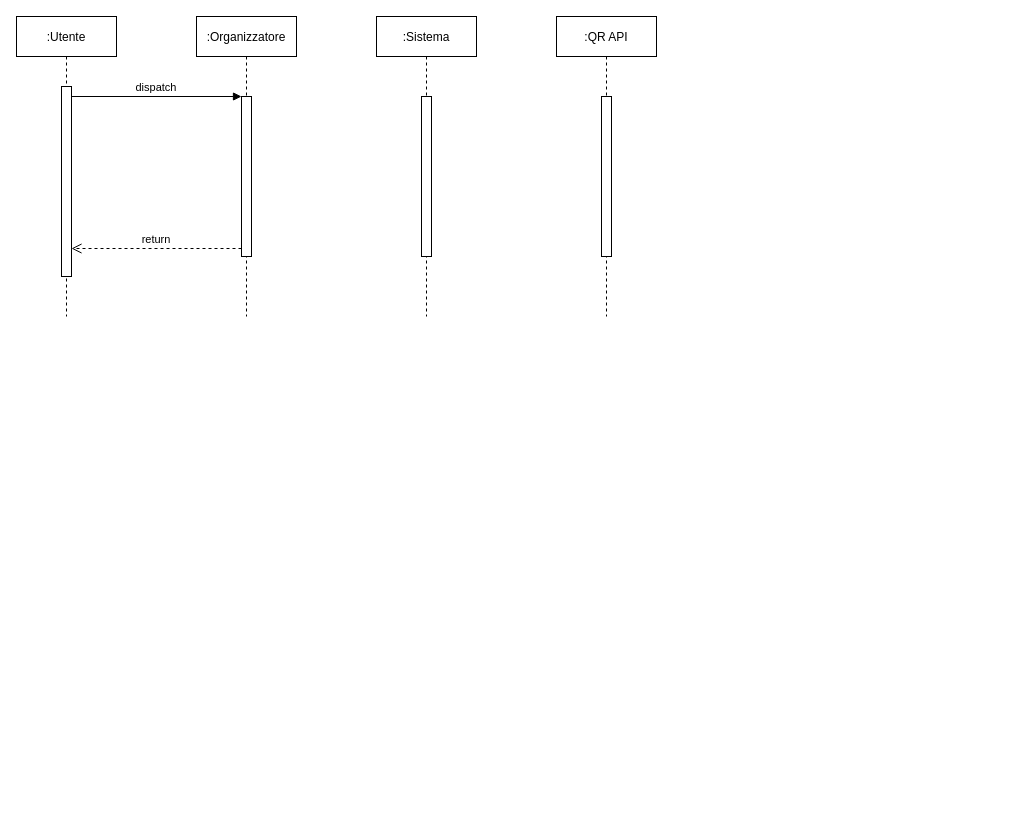
This is Sequence/RF15_Iscrizione/QR_Code.drawio from 4spot-team/documentation, a draw.io file, before an edit. Source tidied: cells renumbered, new cells numbered last; positions are measured from the earlier drawing's top-left corner, leaving out a move shared by most shapes. Both pictures are drawn from the tidied source at 100%, with x=0, y=0 at pixel (16, 16).
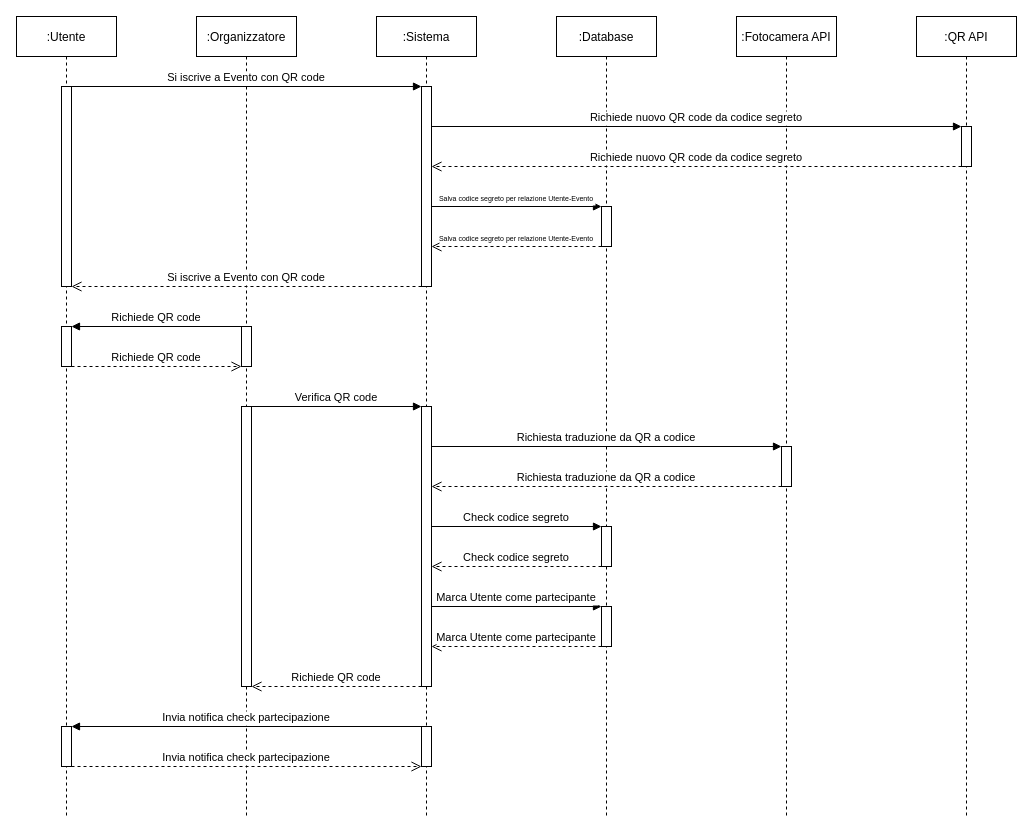
The same diagram, later.

Commit message (it also covers changes not shown here):
Add QR code and some adjustments.

What changed in the source:
```diff
@@
-<mxGraphModel>
+<mxGraphModel background="#ffffff">
@@
     <mxCell id="2" value=":Utente" style="shape=umlLifeline;perimeter=lifelinePerimeter;rounded=0;shadow=0;strokeWidth=1;" parent="1" vertex="1">
-      <mxGeometry width="100" height="300" as="geometry" />
+      <mxGeometry width="100" height="800" as="geometry" />
     </mxCell>
     <mxCell id="3" style="points=[];perimeter=orthogonalPerimeter;rounded=0;shadow=0;strokeWidth=1;" parent="2" vertex="1">
-      <mxGeometry x="45" y="70" width="10" height="190" as="geometry" />
+      <mxGeometry x="45" y="70" width="10" height="200" as="geometry" />
     </mxCell>
+    <mxCell id="12" style="points=[];perimeter=orthogonalPerimeter;rounded=0;shadow=0;strokeWidth=1;" parent="2" vertex="1">
+      <mxGeometry x="45" y="310" width="10" height="40" as="geometry" />
+    </mxCell>
+    <mxCell id="13" value="Richiede QR code" style="verticalAlign=bottom;endArrow=open;dashed=1;endSize=8;shadow=0;strokeWidth=1;" parent="2" edge="1" source="12">
+      <mxGeometry relative="1" as="geometry">
+        <mxPoint x="225" y="350" as="targetPoint" />
+      </mxGeometry>
+    </mxCell>
     <mxCell id="4" value=":Organizzatore" style="shape=umlLifeline;perimeter=lifelinePerimeter;rounded=0;shadow=0;strokeWidth=1;" parent="1" vertex="1">
-      <mxGeometry x="180" width="100" height="300" as="geometry" />
+      <mxGeometry x="180" width="100" height="800" as="geometry" />
     </mxCell>
-    <mxCell id="5" style="points=[];perimeter=orthogonalPerimeter;rounded=0;shadow=0;strokeWidth=1;" parent="4" vertex="1">
-      <mxGeometry x="45" y="80" width="10" height="160" as="geometry" />
-    </mxCell>
+    <mxCell id="14" style="perimeter=orthogonalPerimeter;rounded=0;shadow=0;strokeWidth=1;" parent="4" vertex="1">
+      <mxGeometry x="45" y="310" width="10" height="40" as="geometry" />
+    </mxCell>
+    <mxCell id="15" style="perimeter=orthogonalPerimeter;rounded=0;shadow=0;strokeWidth=1;" parent="4" vertex="1">
+      <mxGeometry x="45" y="390" width="10" height="280" as="geometry" />
+    </mxCell>
-    <mxCell id="6" value="return" style="verticalAlign=bottom;endArrow=open;dashed=1;endSize=8;exitX=0;exitY=0.95;shadow=0;strokeWidth=1;" parent="1" edge="1" source="5" target="3">
-      <mxGeometry relative="1" as="geometry" />
+    <mxCell id="6" value="Si iscrive a Evento con QR code" style="verticalAlign=bottom;endArrow=open;dashed=1;endSize=8;shadow=0;strokeWidth=1;" parent="1" edge="1" source="9">
+      <mxGeometry relative="1" as="geometry">
+        <mxPoint x="55" y="270" as="targetPoint" />
+      </mxGeometry>
     </mxCell>
-    <mxCell id="7" value="dispatch" style="verticalAlign=bottom;endArrow=block;entryX=0;entryY=0;shadow=0;strokeWidth=1;" parent="1" edge="1" source="3" target="5">
-      <mxGeometry relative="1" as="geometry" />
+    <mxCell id="7" value="Si iscrive a Evento con QR code" style="verticalAlign=bottom;endArrow=block;shadow=0;strokeWidth=1;" parent="1" edge="1">
+      <mxGeometry relative="1" as="geometry">
+        <mxPoint x="55" y="70" as="sourcePoint" />
+        <mxPoint x="405" y="70" as="targetPoint" />
+      </mxGeometry>
     </mxCell>
     <mxCell id="8" value=":Sistema" style="shape=umlLifeline;perimeter=lifelinePerimeter;rounded=0;shadow=0;strokeWidth=1;" parent="1" vertex="1">
-      <mxGeometry x="360" width="100" height="300" as="geometry" />
+      <mxGeometry x="360" width="100" height="800" as="geometry" />
     </mxCell>
     <mxCell id="9" style="points=[];perimeter=orthogonalPerimeter;rounded=0;shadow=0;strokeWidth=1;" parent="8" vertex="1">
-      <mxGeometry x="45" y="80" width="10" height="160" as="geometry" />
+      <mxGeometry x="45" y="70" width="10" height="200" as="geometry" />
     </mxCell>
+    <mxCell id="16" style="perimeter=orthogonalPerimeter;rounded=0;shadow=0;strokeWidth=1;" parent="8" vertex="1">
+      <mxGeometry x="45" y="390" width="10" height="280" as="geometry" />
+    </mxCell>
+    <mxCell id="17" style="points=[];perimeter=orthogonalPerimeter;rounded=0;shadow=0;strokeWidth=1;" parent="8" vertex="1">
+      <mxGeometry x="45" y="710" width="10" height="40" as="geometry" />
+    </mxCell>
     <mxCell id="10" value=":QR API" style="shape=umlLifeline;perimeter=lifelinePerimeter;rounded=0;shadow=0;strokeWidth=1;" parent="1" vertex="1">
-      <mxGeometry x="540" width="100" height="300" as="geometry" />
+      <mxGeometry x="900" width="100" height="800" as="geometry" />
     </mxCell>
     <mxCell id="11" style="points=[];perimeter=orthogonalPerimeter;rounded=0;shadow=0;strokeWidth=1;" parent="10" vertex="1">
-      <mxGeometry x="45" y="80" width="10" height="160" as="geometry" />
+      <mxGeometry x="45" y="110" width="10" height="40" as="geometry" />
     </mxCell>
+    <mxCell id="18" value=":Fotocamera API" style="shape=umlLifeline;perimeter=lifelinePerimeter;rounded=0;shadow=0;strokeWidth=1;" parent="1" vertex="1">
+      <mxGeometry x="720" width="100" height="800" as="geometry" />
+    </mxCell>
+    <mxCell id="19" style="perimeter=orthogonalPerimeter;rounded=0;shadow=0;strokeWidth=1;" parent="18" vertex="1">
+      <mxGeometry x="45" y="430" width="10" height="40" as="geometry" />
+    </mxCell>
+    <mxCell id="20" value=":Database" style="shape=umlLifeline;perimeter=lifelinePerimeter;rounded=0;shadow=0;strokeWidth=1;" parent="1" vertex="1">
+      <mxGeometry x="540" width="100" height="800" as="geometry" />
+    </mxCell>
+    <mxCell id="21" style="points=[];perimeter=orthogonalPerimeter;rounded=0;shadow=0;strokeWidth=1;" parent="20" vertex="1">
+      <mxGeometry x="45" y="190" width="10" height="40" as="geometry" />
+    </mxCell>
+    <mxCell id="22" style="perimeter=orthogonalPerimeter;rounded=0;shadow=0;strokeWidth=1;" parent="20" vertex="1">
+      <mxGeometry x="45" y="510" width="10" height="40" as="geometry" />
+    </mxCell>
+    <mxCell id="23" style="perimeter=orthogonalPerimeter;rounded=0;shadow=0;strokeWidth=1;" parent="20" vertex="1">
+      <mxGeometry x="45" y="590" width="10" height="40" as="geometry" />
+    </mxCell>
+    <mxCell id="24" value="Marca Utente come partecipante" style="verticalAlign=bottom;endArrow=block;shadow=0;strokeWidth=1;" parent="20" edge="1">
+      <mxGeometry relative="1" as="geometry">
+        <mxPoint x="-125" y="590" as="sourcePoint" />
+        <mxPoint x="45" y="590" as="targetPoint" />
+      </mxGeometry>
+    </mxCell>
+    <mxCell id="25" value="Marca Utente come partecipante" style="verticalAlign=bottom;endArrow=open;dashed=1;endSize=8;shadow=0;strokeWidth=1;" parent="20" edge="1">
+      <mxGeometry relative="1" as="geometry">
+        <mxPoint x="45" y="630" as="sourcePoint" />
+        <mxPoint x="-125" y="630" as="targetPoint" />
+      </mxGeometry>
+    </mxCell>
+    <mxCell id="26" value="Richiede nuovo QR code da codice segreto" style="verticalAlign=bottom;endArrow=block;shadow=0;strokeWidth=1;" parent="1" edge="1" target="11">
+      <mxGeometry relative="1" as="geometry">
+        <mxPoint x="415" y="110" as="sourcePoint" />
+      </mxGeometry>
+    </mxCell>
+    <mxCell id="27" value="Richiede nuovo QR code da codice segreto" style="verticalAlign=bottom;endArrow=open;dashed=1;endSize=8;shadow=0;strokeWidth=1;" parent="1" edge="1" source="11">
+      <mxGeometry relative="1" as="geometry">
+        <mxPoint x="415" y="150" as="targetPoint" />
+      </mxGeometry>
+    </mxCell>
+    <mxCell id="28" value="Salva codice segreto per relazione Utente-Evento" style="verticalAlign=bottom;endArrow=block;shadow=0;strokeWidth=1;fontSize=7;" parent="1" edge="1" source="9" target="21">
+      <mxGeometry relative="1" as="geometry" />
+    </mxCell>
+    <mxCell id="29" value="Salva codice segreto per relazione Utente-Evento" style="verticalAlign=bottom;endArrow=open;dashed=1;endSize=8;shadow=0;strokeWidth=1;fontSize=7;" parent="1" edge="1">
+      <mxGeometry relative="1" as="geometry">
+        <mxPoint x="585" y="230" as="sourcePoint" />
+        <mxPoint x="415" y="230" as="targetPoint" />
+      </mxGeometry>
+    </mxCell>
+    <mxCell id="30" value="Richiede QR code" style="verticalAlign=bottom;endArrow=block;shadow=0;strokeWidth=1;" parent="1" edge="1">
+      <mxGeometry relative="1" as="geometry">
+        <mxPoint x="225" y="310" as="sourcePoint" />
+        <mxPoint x="55" y="310" as="targetPoint" />
+      </mxGeometry>
+    </mxCell>
+    <mxCell id="31" value="Verifica QR code" style="verticalAlign=bottom;endArrow=block;shadow=0;strokeWidth=1;" parent="1" edge="1">
+      <mxGeometry relative="1" as="geometry">
+        <mxPoint x="235" y="390" as="sourcePoint" />
+        <mxPoint x="405" y="390" as="targetPoint" />
+      </mxGeometry>
+    </mxCell>
+    <mxCell id="32" value="Richiesta traduzione da QR a codice" style="verticalAlign=bottom;endArrow=block;shadow=0;strokeWidth=1;" parent="1" edge="1">
+      <mxGeometry relative="1" as="geometry">
+        <mxPoint x="415" y="430" as="sourcePoint" />
+        <mxPoint x="765" y="430" as="targetPoint" />
+      </mxGeometry>
+    </mxCell>
+    <mxCell id="33" value="Richiesta traduzione da QR a codice" style="verticalAlign=bottom;endArrow=open;dashed=1;endSize=8;shadow=0;strokeWidth=1;" parent="1" edge="1">
+      <mxGeometry relative="1" as="geometry">
+        <mxPoint x="765" y="470" as="sourcePoint" />
+        <mxPoint x="415" y="470" as="targetPoint" />
+      </mxGeometry>
+    </mxCell>
+    <mxCell id="34" value="Check codice segreto" style="verticalAlign=bottom;endArrow=block;shadow=0;strokeWidth=1;" parent="1" edge="1">
+      <mxGeometry relative="1" as="geometry">
+        <mxPoint x="415" y="510" as="sourcePoint" />
+        <mxPoint x="585" y="510" as="targetPoint" />
+      </mxGeometry>
+    </mxCell>
+    <mxCell id="35" value="Check codice segreto" style="verticalAlign=bottom;endArrow=open;dashed=1;endSize=8;shadow=0;strokeWidth=1;" parent="1" edge="1">
+      <mxGeometry relative="1" as="geometry">
+        <mxPoint x="585" y="550" as="sourcePoint" />
+        <mxPoint x="415" y="550" as="targetPoint" />
+      </mxGeometry>
+    </mxCell>
+    <mxCell id="36" value="Richiede QR code" style="verticalAlign=bottom;endArrow=open;dashed=1;endSize=8;shadow=0;strokeWidth=1;" parent="1" edge="1">
+      <mxGeometry relative="1" as="geometry">
+        <mxPoint x="405" y="670" as="sourcePoint" />
+        <mxPoint x="235" y="670" as="targetPoint" />
+      </mxGeometry>
+    </mxCell>
+    <mxCell id="37" style="perimeter=orthogonalPerimeter;rounded=0;shadow=0;strokeWidth=1;" parent="1" vertex="1">
+      <mxGeometry x="45" y="710" width="10" height="40" as="geometry" />
+    </mxCell>
+    <mxCell id="38" value="Invia notifica check partecipazione" style="verticalAlign=bottom;endArrow=open;dashed=1;endSize=8;shadow=0;strokeWidth=1;fontSize=11;" parent="1" edge="1">
+      <mxGeometry relative="1" as="geometry">
+        <mxPoint x="55" y="750" as="sourcePoint" />
+        <mxPoint x="405" y="750" as="targetPoint" />
+      </mxGeometry>
+    </mxCell>
+    <mxCell id="39" value="Invia notifica check partecipazione" style="verticalAlign=bottom;endArrow=block;shadow=0;strokeWidth=1;fontSize=11;" parent="1" edge="1" source="17">
+      <mxGeometry relative="1" as="geometry">
+        <mxPoint x="55" y="710" as="targetPoint" />
+      </mxGeometry>
+    </mxCell>
```
